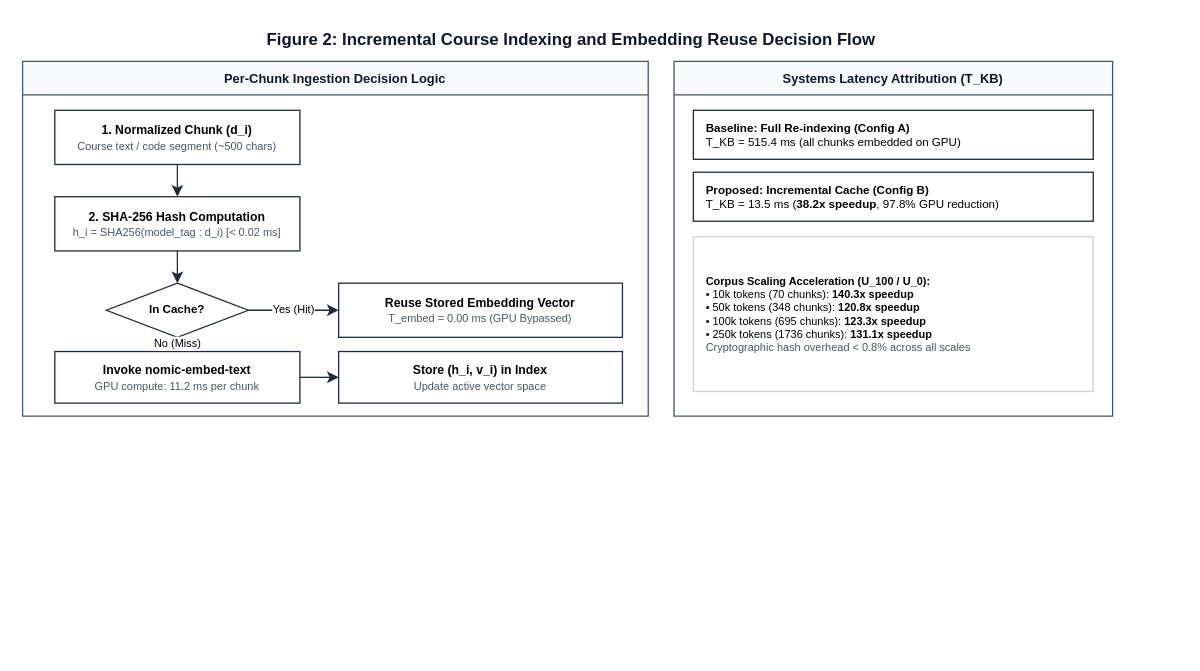
Above: papers/figures/cache_decision_flow.drawio in kode4u/kwiz (draw.io), before the change. Source tidied: cells renumbered, new cells numbered last; positions are measured from the earlier drawing's top-left corner, leaving out a move shared by most shapes. Both pictures are drawn from the tidied source at 129%, with x=0, y=0 at pixel (22, 22).
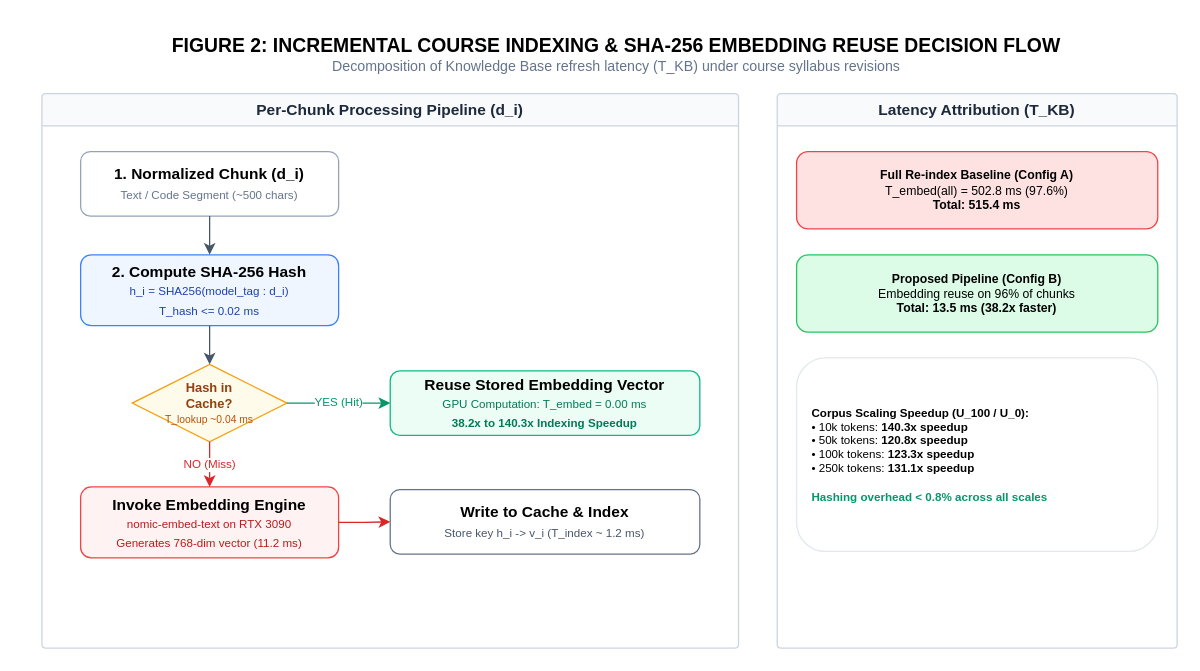
The same page after the edit.

What changed in the source:
```diff
@@
 <mxGraphModel>
   <root>
     <mxCell id="0" />
     <mxCell id="1" parent="0" />
-    <mxCell id="2" value="&lt;b style=&quot;font-size: 13px;&quot;&gt;Figure 2: Incremental Course Indexing and Embedding Reuse Decision Flow&lt;/b&gt;" style="text;html=1;align=center;verticalAlign=middle;strokeColor=none;fillColor=none;fontColor=#0f172a;" parent="1" vertex="1">
-      <mxGeometry x="165" width="520" height="25" as="geometry" />
+    <mxCell id="2" value="&lt;b style=&quot;font-size: 15px;&quot;&gt;FIGURE 2: INCREMENTAL COURSE INDEXING &amp;amp; SHA-256 EMBEDDING REUSE DECISION FLOW&lt;/b&gt;&lt;br&gt;&lt;font color=&quot;#64748b&quot; style=&quot;font-size: 11px;&quot;&gt;Decomposition of Knowledge Base refresh latency (T_KB) under course syllabus revisions&lt;/font&gt;" style="text;html=1;align=center;verticalAlign=middle;strokeColor=none;fillColor=none;" parent="1" vertex="1">
+      <mxGeometry x="125" y="5" width="670" height="40" as="geometry" />
     </mxCell>
-    <mxCell id="3" value="&lt;b&gt;Per-Chunk Ingestion Decision Logic&lt;/b&gt;" style="swimlane;whiteSpace=wrap;html=1;startSize=26;fillColor=#f8fafc;strokeColor=#475569;fontColor=#0f172a;fontSize=10;rounded=0;strokeWidth=1;" parent="1" vertex="1">
-      <mxGeometry y="30" width="485" height="275" as="geometry" />
+    <mxCell id="3" value="&lt;b&gt;Per-Chunk Processing Pipeline (d_i)&lt;/b&gt;" style="swimlane;whiteSpace=wrap;html=1;startSize=25;fillColor=#f8fafc;strokeColor=#cbd5e1;fontColor=#1e293b;rounded=1;arcSize=4;" parent="1" vertex="1">
+      <mxGeometry x="15" y="55" width="540" height="430" as="geometry" />
     </mxCell>
-    <mxCell id="4" value="&lt;b&gt;1. Normalized Chunk (d_i)&lt;/b&gt;&lt;br&gt;&lt;font style=&quot;font-size: 8.5px;&quot; color=&quot;#475569&quot;&gt;Course text / code segment (~500 chars)&lt;/font&gt;" style="rounded=0;whiteSpace=wrap;html=1;fillColor=#ffffff;strokeColor=#1e293b;fontSize=9.5;" parent="3" vertex="1">
-      <mxGeometry x="25" y="38" width="190" height="42" as="geometry" />
+    <mxCell id="4" value="&lt;b&gt;1. Normalized Chunk (d_i)&lt;/b&gt;&lt;br&gt;&lt;font style=&quot;font-size: 9px;&quot; color=&quot;#64748b&quot;&gt;Text / Code Segment (~500 chars)&lt;/font&gt;" style="rounded=1;whiteSpace=wrap;html=1;fillColor=#ffffff;strokeColor=#94a3b8;" parent="3" vertex="1">
+      <mxGeometry x="30" y="45" width="200" height="50" as="geometry" />
     </mxCell>
-    <mxCell id="5" value="&lt;b&gt;2. SHA-256 Hash Computation&lt;/b&gt;&lt;br&gt;&lt;font style=&quot;font-size: 8.5px;&quot; color=&quot;#475569&quot;&gt;h_i = SHA256(model_tag : d_i) [&amp;lt; 0.02 ms]&lt;/font&gt;" style="rounded=0;whiteSpace=wrap;html=1;fillColor=#ffffff;strokeColor=#1e293b;fontSize=9.5;" parent="3" vertex="1">
-      <mxGeometry x="25" y="105" width="190" height="42" as="geometry" />
+    <mxCell id="5" value="&lt;b&gt;2. Compute SHA-256 Hash&lt;/b&gt;&lt;br&gt;&lt;font style=&quot;font-size: 9px;&quot; color=&quot;#1e40af&quot;&gt;h_i = SHA256(model_tag : d_i)&lt;br&gt;T_hash &amp;lt;= 0.02 ms&lt;/font&gt;" style="rounded=1;whiteSpace=wrap;html=1;fillColor=#eff6ff;strokeColor=#3b82f6;" parent="3" vertex="1">
+      <mxGeometry x="30" y="125" width="200" height="55" as="geometry" />
     </mxCell>
-    <mxCell id="6" value="&lt;b&gt;In Cache?&lt;/b&gt;" style="rhombus;whiteSpace=wrap;html=1;fillColor=#ffffff;strokeColor=#1e293b;fontSize=9;" parent="3" vertex="1">
-      <mxGeometry x="65" y="172" width="110" height="42" as="geometry" />
+    <mxCell id="6" value="&lt;b&gt;Hash in&lt;br&gt;Cache?&lt;/b&gt;&lt;br&gt;&lt;font style=&quot;font-size: 8px;&quot; color=&quot;#b45309&quot;&gt;T_lookup ~0.04 ms&lt;/font&gt;" style="rhombus;whiteSpace=wrap;html=1;fillColor=#fffbeb;strokeColor=#f59e0b;fontColor=#92400e;fontSize=10;" parent="3" vertex="1">
+      <mxGeometry x="70" y="210" width="120" height="60" as="geometry" />
     </mxCell>
-    <mxCell id="7" value="&lt;b&gt;Reuse Stored Embedding Vector&lt;/b&gt;&lt;br&gt;&lt;font style=&quot;font-size: 8.5px;&quot; color=&quot;#475569&quot;&gt;T_embed = 0.00 ms (GPU Bypassed)&lt;/font&gt;" style="rounded=0;whiteSpace=wrap;html=1;fillColor=#ffffff;strokeColor=#1e293b;fontSize=9.5;" parent="3" vertex="1">
-      <mxGeometry x="245" y="172" width="220" height="42" as="geometry" />
+    <mxCell id="7" value="&lt;b&gt;Reuse Stored Embedding Vector&lt;/b&gt;&lt;br&gt;&lt;font style=&quot;font-size: 9px;&quot; color=&quot;#047857&quot;&gt;GPU Computation: T_embed = 0.00 ms&lt;br&gt;&lt;b&gt;38.2x to 140.3x Indexing Speedup&lt;/b&gt;&lt;/font&gt;" style="rounded=1;whiteSpace=wrap;html=1;fillColor=#ecfdf5;strokeColor=#10b981;" parent="3" vertex="1">
+      <mxGeometry x="270" y="215" width="240" height="50" as="geometry" />
     </mxCell>
-    <mxCell id="8" value="&lt;b&gt;Invoke nomic-embed-text&lt;/b&gt;&lt;br&gt;&lt;font style=&quot;font-size: 8.5px;&quot; color=&quot;#475569&quot;&gt;GPU compute: 11.2 ms per chunk&lt;/font&gt;" style="rounded=0;whiteSpace=wrap;html=1;fillColor=#ffffff;strokeColor=#1e293b;fontSize=9.5;" parent="3" vertex="1">
-      <mxGeometry x="25" y="225" width="190" height="40" as="geometry" />
+    <mxCell id="8" value="&lt;b&gt;Invoke Embedding Engine&lt;/b&gt;&lt;br&gt;&lt;font style=&quot;font-size: 9px;&quot; color=&quot;#b91c1c&quot;&gt;nomic-embed-text on RTX 3090&lt;br&gt;Generates 768-dim vector (11.2 ms)&lt;/font&gt;" style="rounded=1;whiteSpace=wrap;html=1;fillColor=#fef2f2;strokeColor=#ef4444;" parent="3" vertex="1">
+      <mxGeometry x="30" y="305" width="200" height="55" as="geometry" />
     </mxCell>
-    <mxCell id="9" value="&lt;b&gt;Store (h_i, v_i) in Index&lt;/b&gt;&lt;br&gt;&lt;font style=&quot;font-size: 8.5px;&quot; color=&quot;#475569&quot;&gt;Update active vector space&lt;/font&gt;" style="rounded=0;whiteSpace=wrap;html=1;fillColor=#ffffff;strokeColor=#1e293b;fontSize=9.5;" parent="3" vertex="1">
-      <mxGeometry x="245" y="225" width="220" height="40" as="geometry" />
-    </mxCell>
+    <mxCell id="19" value="&lt;b&gt;Write to Cache &amp;amp; Index&lt;/b&gt;&lt;br&gt;&lt;font style=&quot;font-size: 9px;&quot; color=&quot;#475569&quot;&gt;Store key h_i -&amp;gt; v_i (T_index ~ 1.2 ms)&lt;/font&gt;" style="rounded=1;whiteSpace=wrap;html=1;fillColor=#ffffff;strokeColor=#64748b;" parent="3" vertex="1">
+      <mxGeometry x="270" y="307" width="240" height="50" as="geometry" />
+    </mxCell>
+    <mxCell id="15" value="&lt;b&gt;Latency Attribution (T_KB)&lt;/b&gt;" style="swimlane;whiteSpace=wrap;html=1;startSize=25;fillColor=#f8fafc;strokeColor=#cbd5e1;fontColor=#1e293b;rounded=1;arcSize=4;" parent="1" vertex="1">
+      <mxGeometry x="585" y="55" width="310" height="430" as="geometry" />
+    </mxCell>
+    <mxCell id="20" value="&lt;b&gt;Full Re-index Baseline (Config A)&lt;/b&gt;&lt;br&gt;T_embed(all) = 502.8 ms (97.6%)&lt;br&gt;&lt;b color=&quot;#dc2626&quot;&gt;Total: 515.4 ms&lt;/b&gt;" style="rounded=1;whiteSpace=wrap;html=1;fillColor=#fee2e2;strokeColor=#ef4444;fontSize=9.5;" parent="15" vertex="1">
+      <mxGeometry x="15" y="45" width="280" height="60" as="geometry" />
+    </mxCell>
+    <mxCell id="21" value="&lt;b&gt;Proposed Pipeline (Config B)&lt;/b&gt;&lt;br&gt;Embedding reuse on 96% of chunks&lt;br&gt;&lt;b color=&quot;#15803d&quot;&gt;Total: 13.5 ms (38.2x faster)&lt;/b&gt;" style="rounded=1;whiteSpace=wrap;html=1;fillColor=#dcfce7;strokeColor=#22c55e;fontSize=9.5;" parent="15" vertex="1">
+      <mxGeometry x="15" y="125" width="280" height="60" as="geometry" />
+    </mxCell>
+    <mxCell id="22" value="&lt;b&gt;Corpus Scaling Speedup (U_100 / U_0):&lt;/b&gt;&lt;br&gt;• 10k tokens: &lt;b color=&quot;#2563eb&quot;&gt;140.3x speedup&lt;/b&gt;&lt;br&gt;• 50k tokens: &lt;b color=&quot;#2563eb&quot;&gt;120.8x speedup&lt;/b&gt;&lt;br&gt;• 100k tokens: &lt;b color=&quot;#2563eb&quot;&gt;123.3x speedup&lt;/b&gt;&lt;br&gt;• 250k tokens: &lt;b color=&quot;#2563eb&quot;&gt;131.1x speedup&lt;/b&gt;&lt;br&gt;&lt;br&gt;&lt;font color=&quot;#059669&quot;&gt;&lt;b&gt;Hashing overhead &amp;lt; 0.8% across all scales&lt;/b&gt;&lt;/font&gt;" style="rounded=1;whiteSpace=wrap;html=1;fillColor=#ffffff;strokeColor=#e2e8f0;fontSize=9;align=left;spacingLeft=10;" parent="15" vertex="1">
+      <mxGeometry x="15" y="205" width="280" height="150" as="geometry" />
+    </mxCell>
-    <mxCell id="10" style="edgeStyle=orthogonalEdgeStyle;rounded=0;html=1;strokeColor=#1e293b;" parent="1" edge="1" source="4" target="5">
+    <mxCell id="10" style="edgeStyle=orthogonalEdgeStyle;rounded=0;html=1;strokeColor=#475569;" parent="1" edge="1" source="4" target="5">
       <mxGeometry relative="1" as="geometry" />
     </mxCell>
-    <mxCell id="11" style="edgeStyle=orthogonalEdgeStyle;rounded=0;html=1;strokeColor=#1e293b;" parent="1" edge="1" source="5" target="6">
+    <mxCell id="11" style="edgeStyle=orthogonalEdgeStyle;rounded=0;html=1;strokeColor=#475569;" parent="1" edge="1" source="5" target="6">
       <mxGeometry relative="1" as="geometry" />
     </mxCell>
-    <mxCell id="12" value="Yes (Hit)" style="edgeStyle=orthogonalEdgeStyle;rounded=0;html=1;strokeColor=#1e293b;fontSize=8.5;" parent="1" edge="1" source="6" target="7">
+    <mxCell id="12" value="YES (Hit)" style="edgeStyle=orthogonalEdgeStyle;rounded=0;html=1;strokeColor=#059669;fontColor=#059669;fontSize=9;" parent="1" edge="1" source="6" target="7">
       <mxGeometry relative="1" as="geometry" />
     </mxCell>
-    <mxCell id="13" value="No (Miss)" style="edgeStyle=orthogonalEdgeStyle;rounded=0;html=1;strokeColor=#1e293b;fontSize=8.5;" parent="1" edge="1" source="6" target="8">
+    <mxCell id="13" value="NO (Miss)" style="edgeStyle=orthogonalEdgeStyle;rounded=0;html=1;strokeColor=#dc2626;fontColor=#dc2626;fontSize=9;" parent="1" edge="1" source="6" target="8">
       <mxGeometry relative="1" as="geometry" />
     </mxCell>
-    <mxCell id="14" style="edgeStyle=orthogonalEdgeStyle;rounded=0;html=1;strokeColor=#1e293b;" parent="1" edge="1" source="8" target="9">
-      <mxGeometry relative="1" as="geometry" />
-    </mxCell>
-    <mxCell id="15" value="&lt;b&gt;Systems Latency Attribution (T_KB)&lt;/b&gt;" style="swimlane;whiteSpace=wrap;html=1;startSize=26;fillColor=#f8fafc;strokeColor=#475569;fontColor=#0f172a;fontSize=10;rounded=0;strokeWidth=1;" parent="1" vertex="1">
-      <mxGeometry x="505" y="30" width="340" height="275" as="geometry" />
-    </mxCell>
-    <mxCell id="16" value="&lt;b&gt;Baseline: Full Re-indexing (Config A)&lt;/b&gt;&lt;br&gt;T_KB = 515.4 ms (all chunks embedded on GPU)" style="rounded=0;whiteSpace=wrap;html=1;fillColor=#ffffff;strokeColor=#1e293b;fontSize=9;align=left;spacingLeft=8;" parent="15" vertex="1">
-      <mxGeometry x="15" y="38" width="310" height="38" as="geometry" />
-    </mxCell>
-    <mxCell id="17" value="&lt;b&gt;Proposed: Incremental Cache (Config B)&lt;/b&gt;&lt;br&gt;T_KB = 13.5 ms (&lt;b&gt;38.2x speedup&lt;/b&gt;, 97.8% GPU reduction)" style="rounded=0;whiteSpace=wrap;html=1;fillColor=#ffffff;strokeColor=#1e293b;fontSize=9;align=left;spacingLeft=8;" parent="15" vertex="1">
-      <mxGeometry x="15" y="86" width="310" height="38" as="geometry" />
-    </mxCell>
-    <mxCell id="18" value="&lt;b&gt;Corpus Scaling Acceleration (U_100 / U_0):&lt;/b&gt;&lt;br&gt;• 10k tokens (70 chunks): &lt;b&gt;140.3x speedup&lt;/b&gt;&lt;br&gt;• 50k tokens (348 chunks): &lt;b&gt;120.8x speedup&lt;/b&gt;&lt;br&gt;• 100k tokens (695 chunks): &lt;b&gt;123.3x speedup&lt;/b&gt;&lt;br&gt;• 250k tokens (1736 chunks): &lt;b&gt;131.1x speedup&lt;/b&gt;&lt;br&gt;&lt;font color=&quot;#475569&quot;&gt;Cryptographic hash overhead &amp;lt; 0.8% across all scales&lt;/font&gt;" style="rounded=0;whiteSpace=wrap;html=1;fillColor=#ffffff;strokeColor=#cbd5e1;fontSize=8.5;align=left;spacingLeft=8;" parent="15" vertex="1">
-      <mxGeometry x="15" y="136" width="310" height="120" as="geometry" />
-    </mxCell>
+    <mxCell id="23" style="edgeStyle=orthogonalEdgeStyle;rounded=0;html=1;strokeColor=#dc2626;" parent="1" edge="1" source="8" target="19">
+      <mxGeometry relative="1" as="geometry" />
+    </mxCell>
   </root>
 </mxGraphModel>
```
